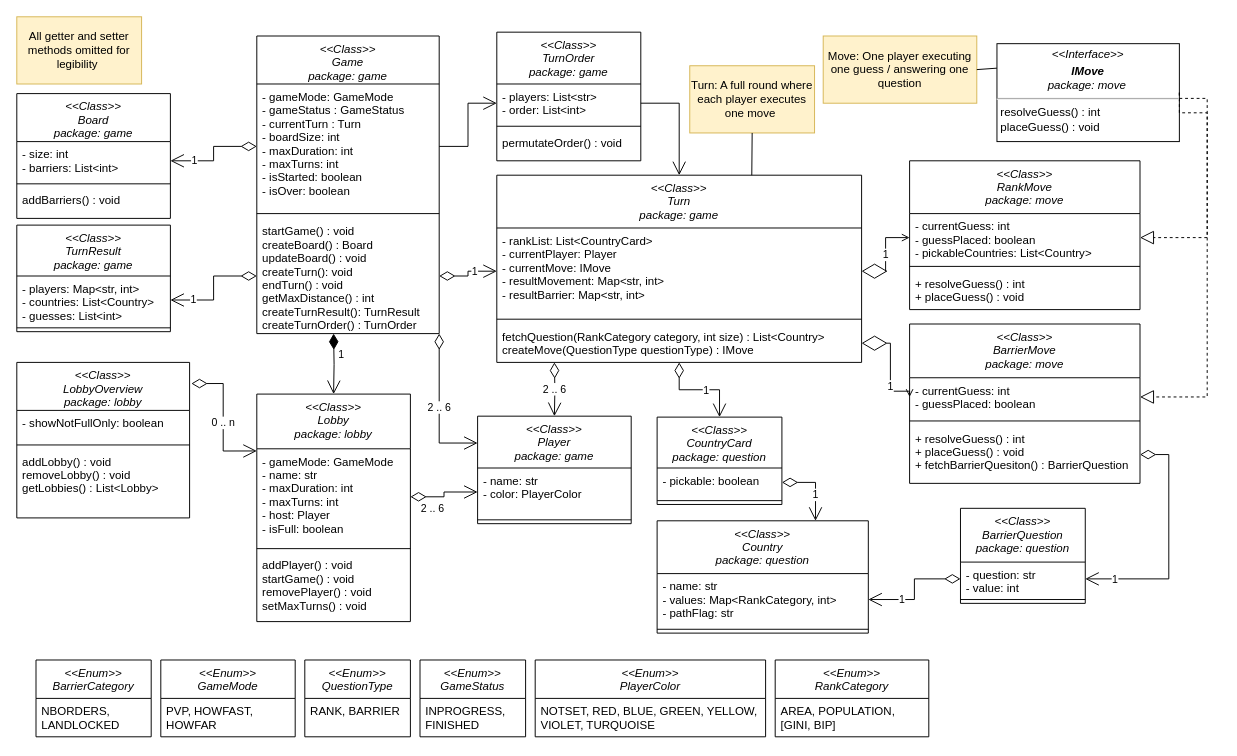
Earlier version of the draw.io diagram class_diagram/class_diagram.drawio (sopra-fs23-group-29/sopra-fs23-group-29-server). Source tidied: cells renumbered, new cells numbered last; positions are measured from the earlier drawing's top-left corner, leaving out a move shared by most shapes. Both pictures are drawn from the tidied source at 96%, with x=0, y=0 at pixel (16, 16).
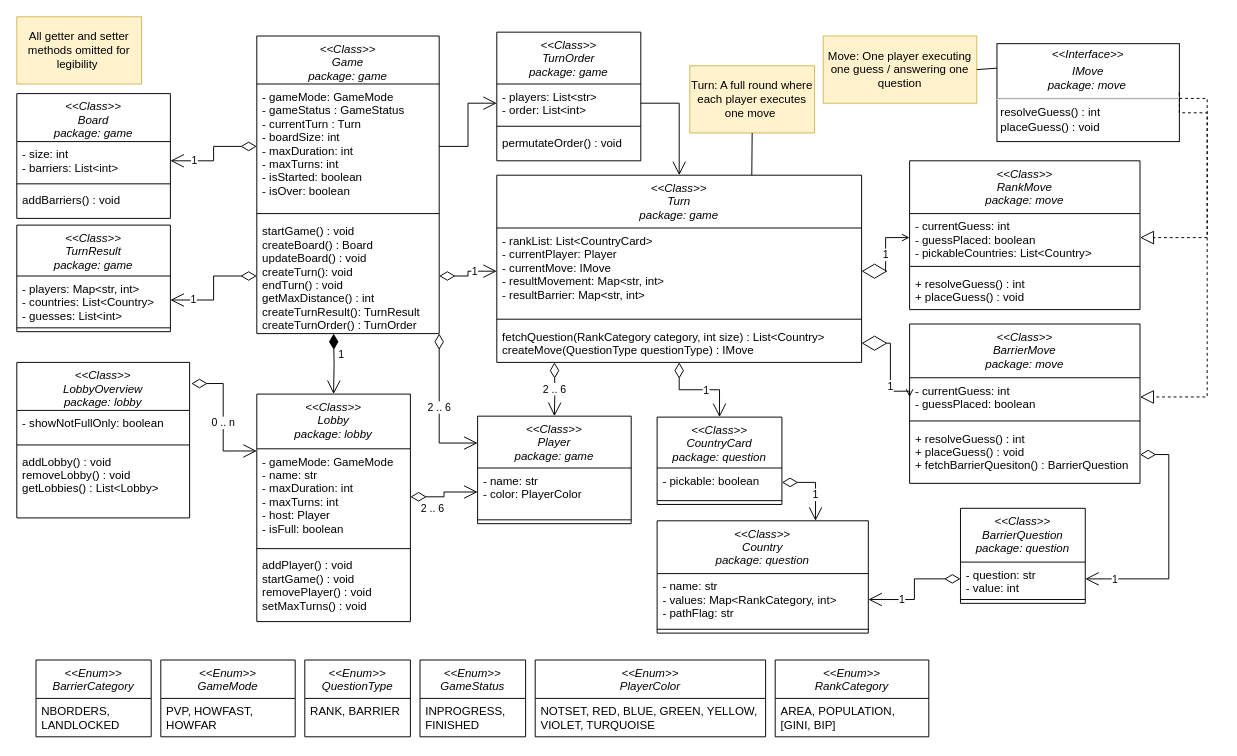
The same page after the edit.

Commit message (it also covers changes not shown here):
Update class_diagram and component_diagram

What changed in the source:
```diff
@@
-    <mxCell id="69" value="&lt;p style=&quot;margin:0px;margin-top:4px;text-align:center;&quot;&gt;&lt;i&gt;&amp;lt;&amp;lt;Interface&amp;gt;&amp;gt;&lt;/i&gt;&lt;/p&gt;&lt;p style=&quot;margin:0px;margin-top:4px;text-align:center;&quot;&gt;&lt;i&gt;&lt;b&gt;IMove&lt;/b&gt;&lt;/i&gt;&lt;br&gt;&lt;/p&gt;&lt;span style=&quot;white-space: pre;&quot;&gt;&lt;div style=&quot;&quot;&gt;&lt;span style=&quot;background-color: initial;&quot;&gt;&#9;&lt;/span&gt;&lt;span style=&quot;background-color: initial;&quot;&gt;&#9;&lt;/span&gt;&lt;i&gt;package: move&lt;/i&gt;&lt;/div&gt;&lt;/span&gt;&lt;hr&gt;&lt;p style=&quot;margin:0px;margin-left:4px;&quot;&gt;&lt;/p&gt;&lt;p style=&quot;margin:0px;margin-left:4px;&quot;&gt;&lt;/p&gt;&lt;p style=&quot;margin:0px;margin-left:4px;&quot;&gt;resolveGuess() : int&lt;/p&gt;&lt;p style=&quot;margin:0px;margin-left:4px;&quot;&gt;placeGuess() : void&lt;/p&gt;" style="verticalAlign=top;align=left;overflow=fill;fontSize=12;fontFamily=Helvetica;html=1;" parent="1" vertex="1">
+    <mxCell id="69" value="&lt;p style=&quot;margin:0px;margin-top:4px;text-align:center;&quot;&gt;&lt;i&gt;&amp;lt;&amp;lt;Interface&amp;gt;&amp;gt;&lt;/i&gt;&lt;/p&gt;&lt;p style=&quot;margin:0px;margin-top:4px;text-align:center;&quot;&gt;&lt;i&gt;IMove&lt;/i&gt;&lt;br&gt;&lt;/p&gt;&lt;span style=&quot;white-space: pre;&quot;&gt;&lt;div style=&quot;&quot;&gt;&lt;span style=&quot;background-color: initial;&quot;&gt;&#9;&lt;/span&gt;&lt;span style=&quot;background-color: initial;&quot;&gt;&#9;&lt;/span&gt;&lt;i&gt;package: move&lt;/i&gt;&lt;/div&gt;&lt;/span&gt;&lt;hr&gt;&lt;p style=&quot;margin:0px;margin-left:4px;&quot;&gt;&lt;/p&gt;&lt;p style=&quot;margin:0px;margin-left:4px;&quot;&gt;&lt;/p&gt;&lt;p style=&quot;margin:0px;margin-left:4px;&quot;&gt;resolveGuess() : int&lt;/p&gt;&lt;p style=&quot;margin:0px;margin-left:4px;&quot;&gt;placeGuess() : void&lt;/p&gt;" style="verticalAlign=top;align=left;overflow=fill;fontSize=12;fontFamily=Helvetica;html=1;" parent="1" vertex="1">
       <mxGeometry x="1021" y="28" width="190" height="102" as="geometry" />
     </mxCell>
```
